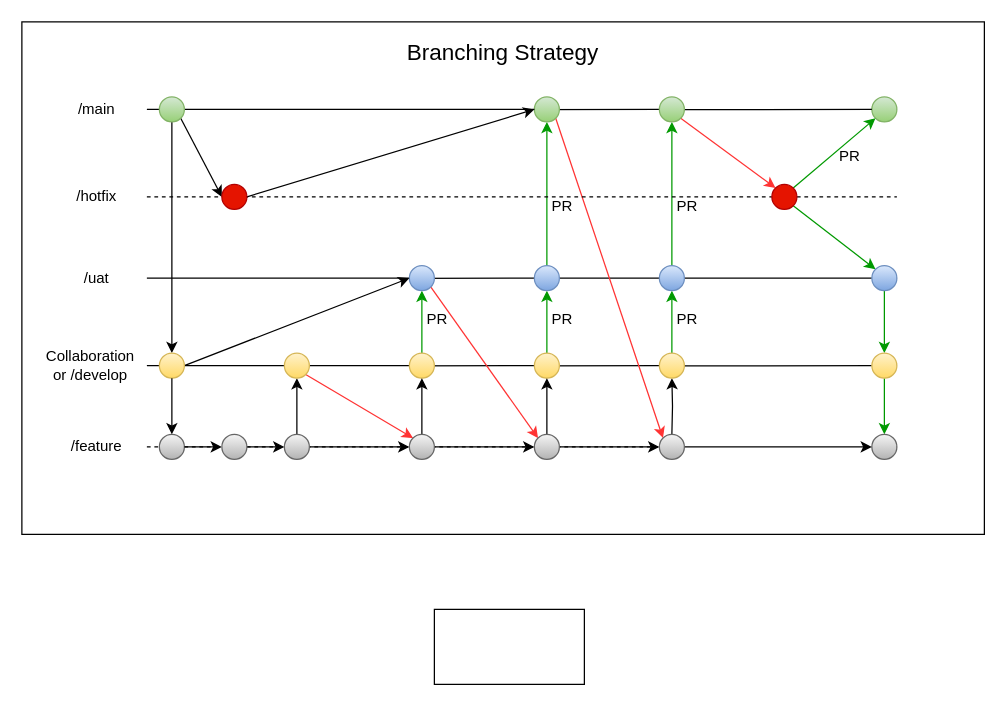
Above: branches.drawio in Sri-git-acc/python (draw.io), before the change. Source tidied: cells renumbered, new cells numbered last; positions are measured from the earlier drawing's top-left corner, leaving out a move shared by most shapes. Both pictures are drawn from the tidied source at 125%, with x=0, y=0 at pixel (21, 21).
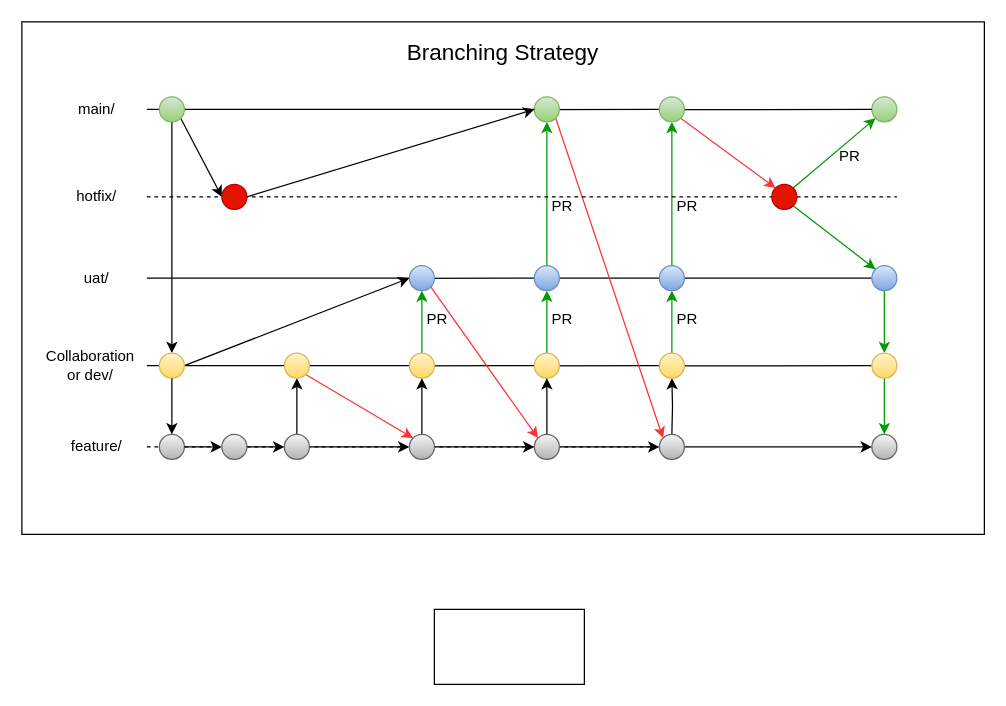
Above is the later version.

What changed in the source:
```diff
@@
-    <mxCell id="7" value="Collaboration or /develop" style="text;html=1;whiteSpace=wrap;strokeColor=none;fillColor=none;align=center;verticalAlign=middle;rounded=0;" parent="1" vertex="1">
+    <mxCell id="7" value="Collaboration or dev/" style="text;html=1;whiteSpace=wrap;strokeColor=none;fillColor=none;align=center;verticalAlign=middle;rounded=0;" parent="1" vertex="1">
       <mxGeometry x="20" y="260" width="70" height="30" as="geometry" />
     </mxCell>
-    <mxCell id="8" value="/feature" style="text;html=1;whiteSpace=wrap;strokeColor=none;fillColor=none;align=center;verticalAlign=middle;rounded=0;" parent="1" vertex="1">
+    <mxCell id="8" value="feature/" style="text;html=1;whiteSpace=wrap;strokeColor=none;fillColor=none;align=center;verticalAlign=middle;rounded=0;" parent="1" vertex="1">
       <mxGeometry x="30" y="325" width="60" height="30" as="geometry" />
     </mxCell>
-    <mxCell id="9" value="/hotfix" style="text;html=1;whiteSpace=wrap;strokeColor=none;fillColor=none;align=center;verticalAlign=middle;rounded=0;" parent="1" vertex="1">
+    <mxCell id="9" value="hotfix/" style="text;html=1;whiteSpace=wrap;strokeColor=none;fillColor=none;align=center;verticalAlign=middle;rounded=0;" parent="1" vertex="1">
       <mxGeometry x="30" y="125" width="60" height="30" as="geometry" />
     </mxCell>
-    <mxCell id="10" value="/main" style="text;html=1;whiteSpace=wrap;strokeColor=none;fillColor=none;align=center;verticalAlign=middle;rounded=0;" parent="1" vertex="1">
+    <mxCell id="10" value="main/" style="text;html=1;whiteSpace=wrap;strokeColor=none;fillColor=none;align=center;verticalAlign=middle;rounded=0;" parent="1" vertex="1">
       <mxGeometry x="30" y="55" width="60" height="30" as="geometry" />
     </mxCell>
@@
-    <mxCell id="27" value="/uat" style="text;html=1;whiteSpace=wrap;strokeColor=none;fillColor=none;align=center;verticalAlign=middle;rounded=0;" parent="1" vertex="1">
+    <mxCell id="27" value="uat/" style="text;html=1;whiteSpace=wrap;strokeColor=none;fillColor=none;align=center;verticalAlign=middle;rounded=0;" parent="1" vertex="1">
       <mxGeometry x="30" y="190" width="60" height="30" as="geometry" />
     </mxCell>
```
